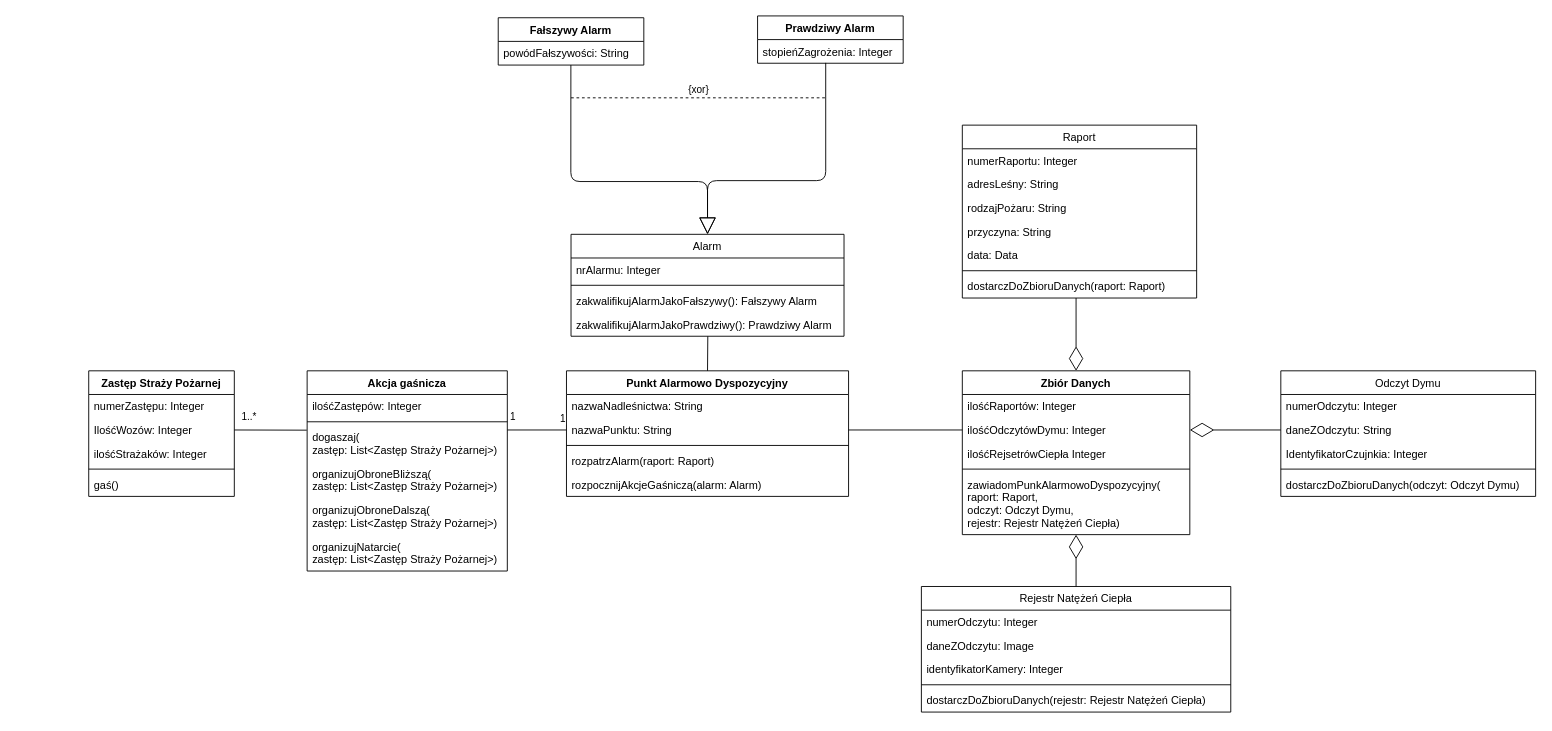
The draw.io diagram page "klasy" (2 of 5) of uml_pozar_lasu.drawio in broniuu/projekt_inzynieria, before the edit. Source tidied: cells renumbered, new cells numbered last; positions are measured from the earlier drawing's top-left corner, leaving out a move shared by most shapes. Both pictures are drawn from the tidied source at 91%, with x=0, y=0 at pixel (88, 15).
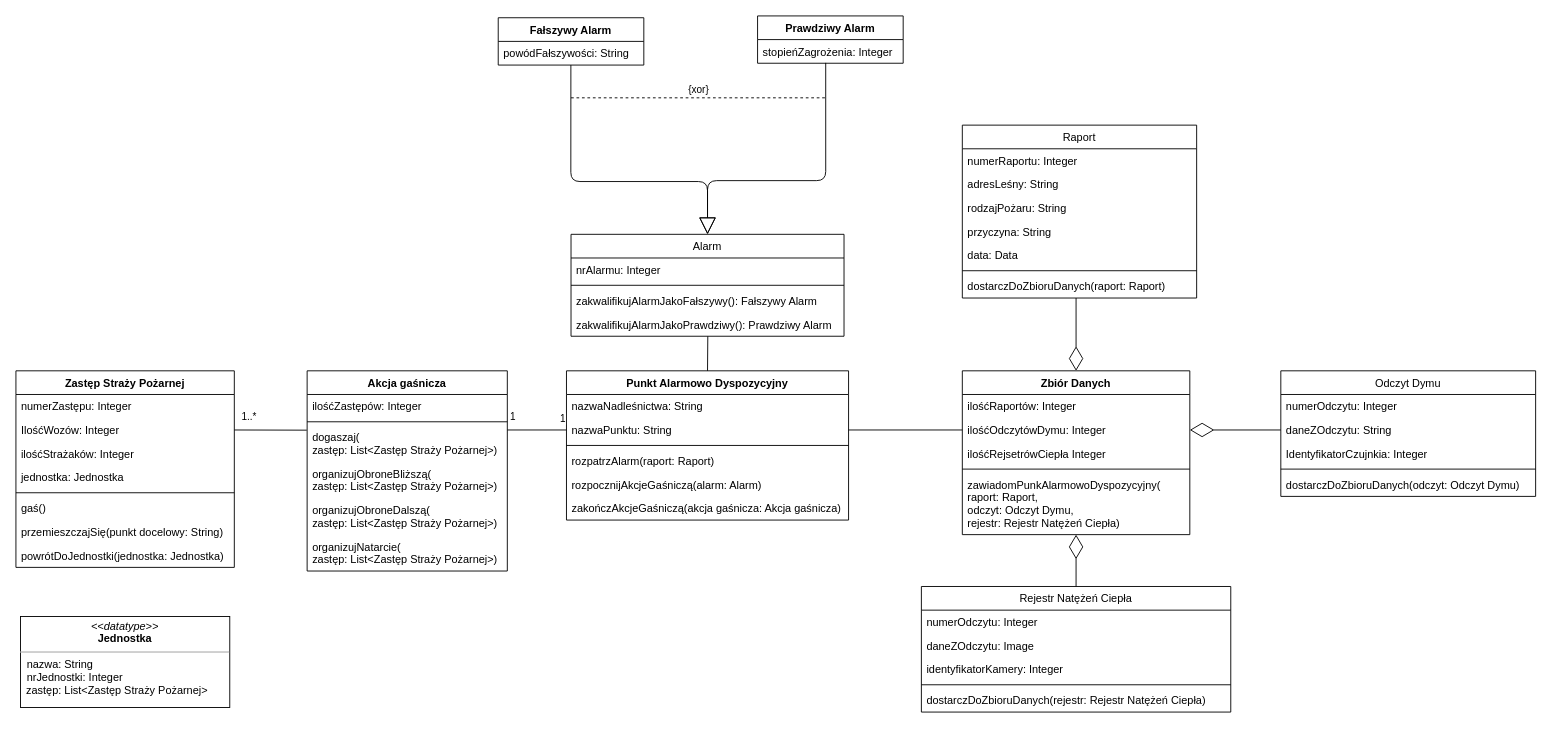
Above is the later version.

What changed in the source:
```diff
@@
     <mxCell id="2" value="Punkt Alarmowo Dyspozycyjny" style="swimlane;fontStyle=1;align=center;verticalAlign=top;horizontal=1;startSize=26;" parent="1" vertex="1">
-      <mxGeometry x="525" y="390" width="310" height="138" as="geometry" />
+      <mxGeometry x="525" y="390" width="310" height="164" as="geometry" />
     </mxCell>
@@
+    <mxCell id="68" value="zakończAkcjeGaśniczą(akcja gaśnicza: Akcja gaśnicza)" style="text;strokeColor=none;fillColor=none;align=left;verticalAlign=top;spacingLeft=4;spacingRight=4;overflow=hidden;" parent="2" vertex="1">
+      <mxGeometry y="138" width="310" height="26" as="geometry" />
+    </mxCell>
@@
     <mxCell id="37" value="Zastęp Straży Pożarnej" style="swimlane;fontStyle=1;align=center;verticalAlign=top;horizontal=1;startSize=26;" parent="1" vertex="1">
-      <mxGeometry y="390" width="160" height="138" as="geometry" />
+      <mxGeometry x="-80" y="390" width="240" height="216" as="geometry" />
     </mxCell>
     <mxCell id="38" value="numerZastępu: Integer" style="text;strokeColor=none;fillColor=none;align=left;verticalAlign=top;spacingLeft=4;spacingRight=4;overflow=hidden;" parent="37" vertex="1">
-      <mxGeometry y="26" width="160" height="26" as="geometry" />
+      <mxGeometry y="26" width="240" height="26" as="geometry" />
     </mxCell>
     <mxCell id="39" value="IlośćWozów: Integer" style="text;strokeColor=none;fillColor=none;align=left;verticalAlign=top;spacingLeft=4;spacingRight=4;overflow=hidden;points=[[0,0.5],[1,0.5]];portConstraint=eastwest;" parent="37" vertex="1">
-      <mxGeometry y="52" width="160" height="26" as="geometry" />
+      <mxGeometry y="52" width="240" height="26" as="geometry" />
     </mxCell>
     <mxCell id="40" value="ilośćStrażaków: Integer" style="text;strokeColor=none;fillColor=none;align=left;verticalAlign=top;spacingLeft=4;spacingRight=4;overflow=hidden;" parent="37" vertex="1">
-      <mxGeometry y="78" width="160" height="26" as="geometry" />
+      <mxGeometry y="78" width="240" height="26" as="geometry" />
     </mxCell>
+    <mxCell id="69" value="jednostka: Jednostka" style="text;strokeColor=none;fillColor=none;align=left;verticalAlign=top;spacingLeft=4;spacingRight=4;overflow=hidden;" parent="37" vertex="1">
+      <mxGeometry y="104" width="240" height="26" as="geometry" />
+    </mxCell>
     <mxCell id="41" style="line;strokeWidth=1;fillColor=none;align=left;verticalAlign=middle;spacingTop=-1;spacingLeft=3;spacingRight=3;labelPosition=right;" parent="37" vertex="1">
-      <mxGeometry y="104" width="160" height="8" as="geometry" />
+      <mxGeometry y="130" width="240" height="8" as="geometry" />
     </mxCell>
     <mxCell id="42" value="gaś()" style="text;strokeColor=none;fillColor=none;align=left;verticalAlign=top;spacingLeft=4;spacingRight=4;overflow=hidden;" parent="37" vertex="1">
-      <mxGeometry y="112" width="160" height="26" as="geometry" />
+      <mxGeometry y="138" width="240" height="26" as="geometry" />
     </mxCell>
+    <mxCell id="70" value="przemieszczajSię(punkt docelowy: String)" style="text;strokeColor=none;fillColor=none;align=left;verticalAlign=top;spacingLeft=4;spacingRight=4;overflow=hidden;" parent="37" vertex="1">
+      <mxGeometry y="164" width="240" height="26" as="geometry" />
+    </mxCell>
+    <mxCell id="71" value="powrótDoJednostki(jednostka: Jednostka)" style="text;strokeColor=none;fillColor=none;align=left;verticalAlign=top;spacingLeft=4;spacingRight=4;overflow=hidden;" parent="37" vertex="1">
+      <mxGeometry y="190" width="240" height="26" as="geometry" />
+    </mxCell>
@@
+    <mxCell id="72" value="&lt;p style=&quot;margin: 0px ; margin-top: 4px ; text-align: center&quot;&gt;&lt;i&gt;&amp;lt;&amp;lt;datatype&amp;gt;&amp;gt;&lt;/i&gt;&lt;br&gt;&lt;b&gt;Jednostka&lt;/b&gt;&lt;/p&gt;&lt;hr size=&quot;1&quot;&gt;&lt;p style=&quot;margin: 0px ; margin-left: 4px&quot;&gt;&amp;nbsp;nazwa: String&lt;/p&gt;&lt;p style=&quot;margin: 0px ; margin-left: 4px&quot;&gt;&amp;nbsp;nrJednostki: Integer&lt;span&gt;&amp;nbsp;&lt;/span&gt;&lt;/p&gt;&amp;nbsp; zastęp: List&amp;lt;Zastęp Straży Pożarnej&amp;gt;" style="verticalAlign=top;align=left;overflow=fill;fontSize=12;fontFamily=Helvetica;html=1;" parent="1" vertex="1">
+      <mxGeometry x="-75" y="660" width="230" height="100" as="geometry" />
+    </mxCell>
```
